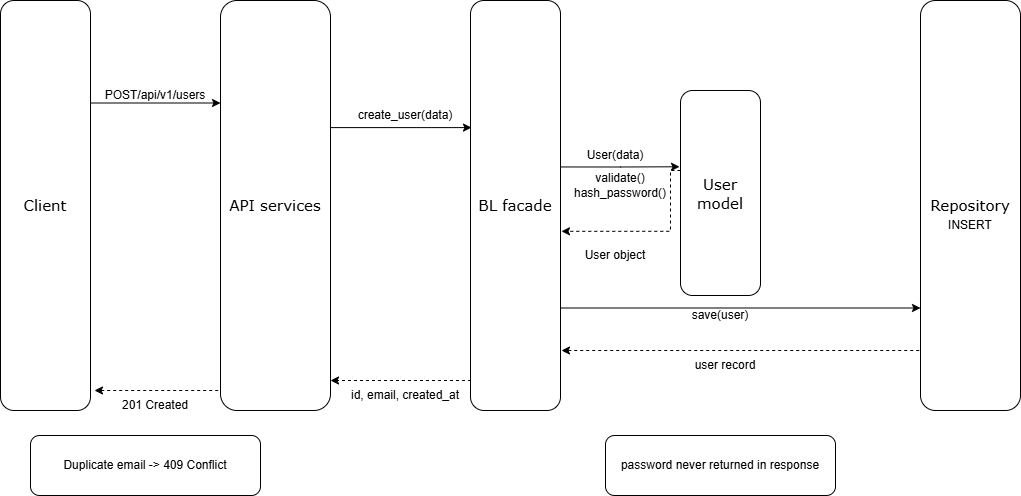
This is part1/User_registration_API.png from Friasru/holbertonschool-hbnb, a draw.io export, as it was before one commit. Source tidied: cells renumbered, new cells last; positions are measured from the earlier drawing's top-left corner, leaving out a move shared by most shapes.
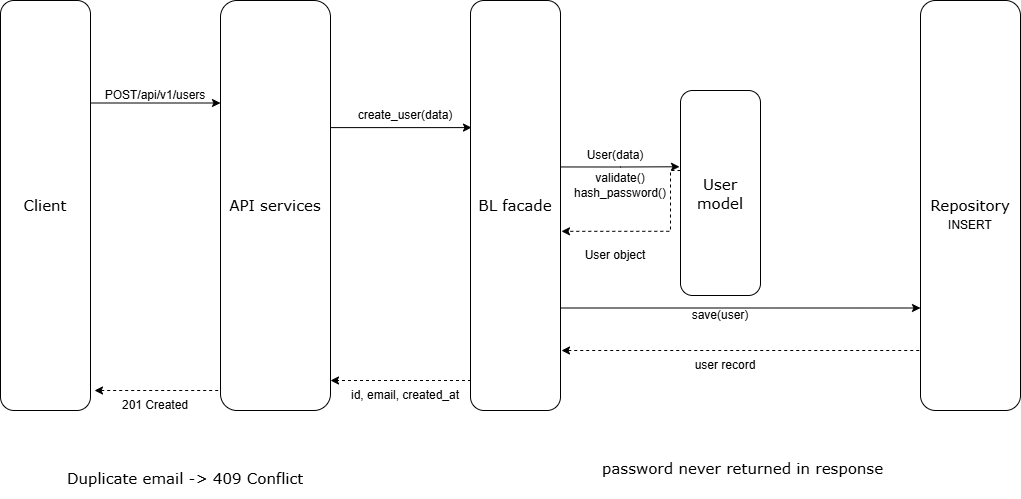
Later version of the same file.

Diff of the diagram source:
```diff
@@ -98,11 +98,11 @@
     <mxCell id="25" value="validate()&lt;br&gt;hash_password()" style="text;html=1;whiteSpace=wrap;strokeColor=none;fillColor=none;align=center;verticalAlign=middle;rounded=0;" parent="1" vertex="1">
       <mxGeometry x="570" y="150" width="100" height="70" as="geometry" />
     </mxCell>
-    <mxCell id="26" value="Duplicate email -&amp;gt; 409 Conflict" style="rounded=1;whiteSpace=wrap;html=1;" parent="1" vertex="1">
-      <mxGeometry x="30" y="435" width="230" height="60" as="geometry" />
+    <mxCell id="26" value="&lt;h1 style=&quot;margin-top: 0px;&quot;&gt;&lt;span style=&quot;font-weight: 400; text-align: center;&quot;&gt;&lt;font style=&quot;font-size: 15px;&quot; face=&quot;Verdana&quot;&gt;Duplicate email -&amp;gt; 409 Conflict&lt;/font&gt;&lt;/span&gt;&lt;/h1&gt;" style="text;html=1;whiteSpace=wrap;overflow=hidden;rounded=0;" parent="1" vertex="1">
+      <mxGeometry x="65" y="455" width="275" height="40" as="geometry" />
     </mxCell>
-    <mxCell id="27" value="password never returned in response" style="rounded=1;whiteSpace=wrap;html=1;" parent="1" vertex="1">
-      <mxGeometry x="605" y="435" width="230" height="60" as="geometry" />
+    <mxCell id="27" value="&lt;h1 style=&quot;margin-top: 0px;&quot;&gt;&lt;span style=&quot;font-weight: 400; text-align: center;&quot;&gt;&lt;font style=&quot;font-size: 15px;&quot; face=&quot;Verdana&quot;&gt;password never returned in response&lt;/font&gt;&lt;/span&gt;&lt;/h1&gt;" style="text;html=1;whiteSpace=wrap;overflow=hidden;rounded=0;" parent="1" vertex="1">
+      <mxGeometry x="600" y="445" width="300" height="50" as="geometry" />
     </mxCell>
   </root>
 </mxGraphModel>
```
